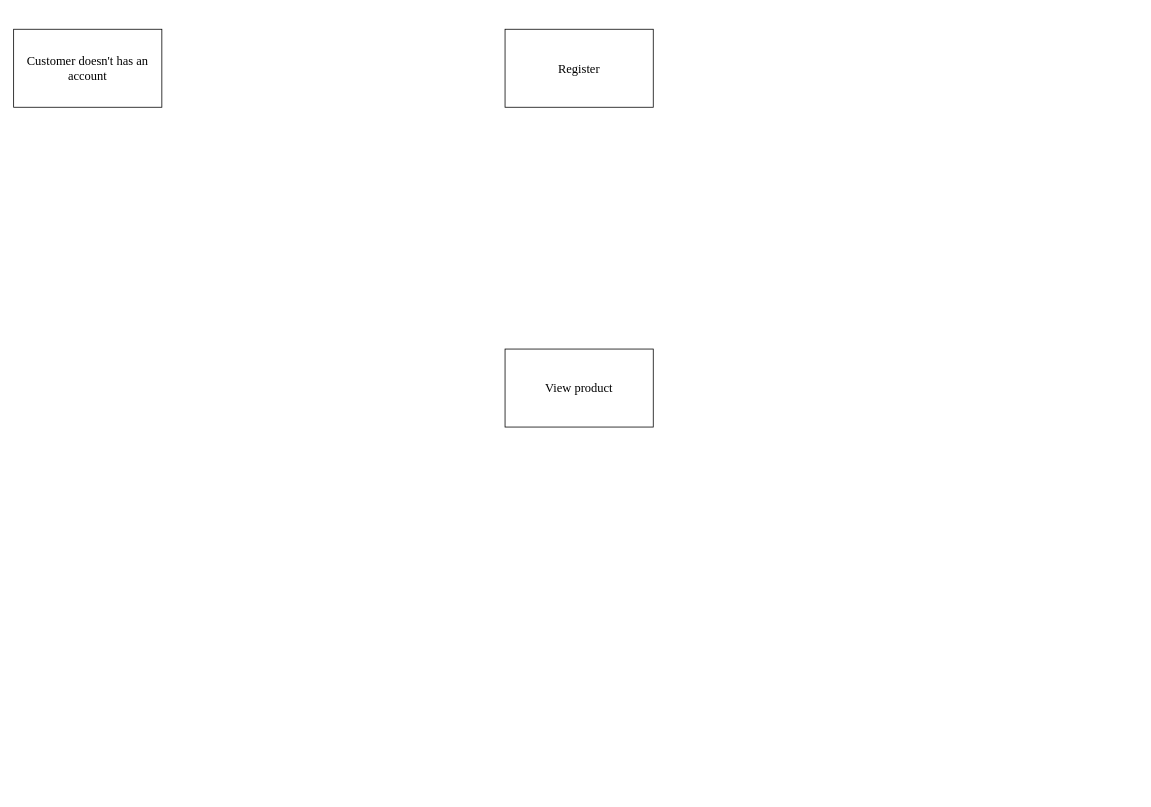
Earlier version of the draw.io diagram DFD level 1.drawio (FlashTM123/assignment). Source tidied: cells renumbered, new cells numbered last; positions are measured from the earlier drawing's top-left corner, leaving out a move shared by most shapes. Both pictures are drawn from the tidied source at 78%, with x=0, y=0 at pixel (13, 29).
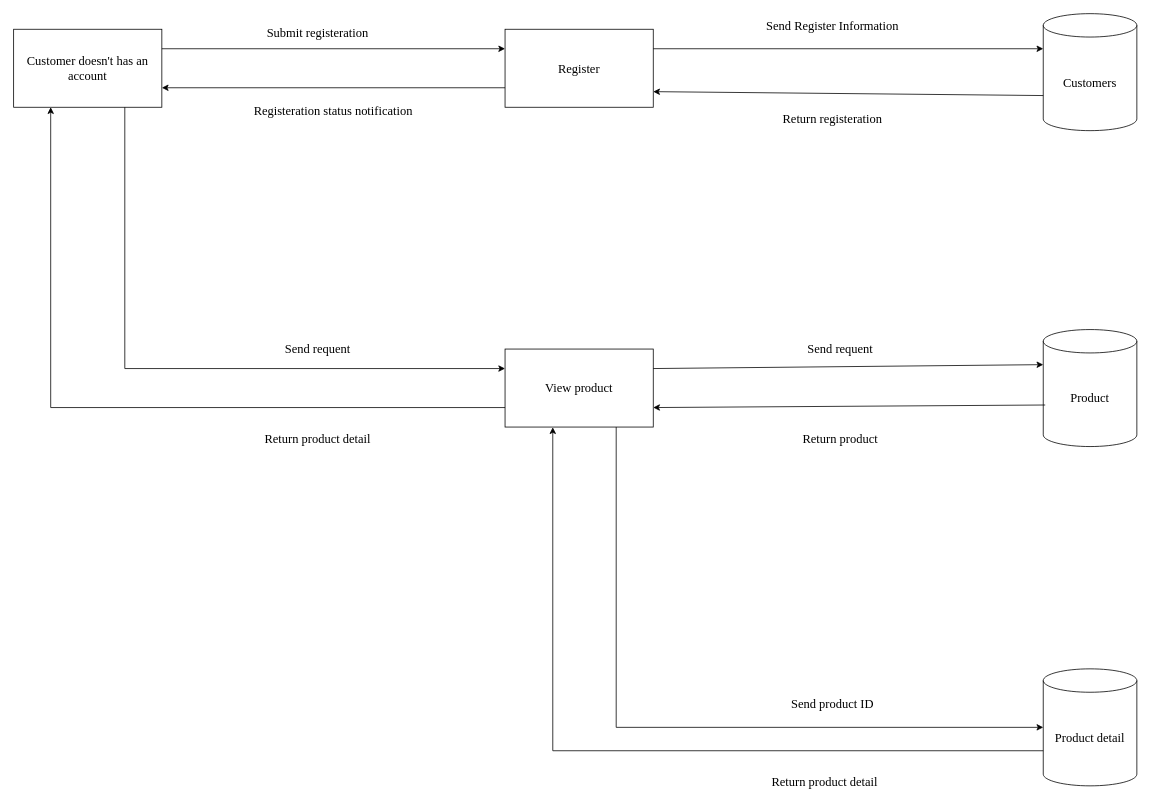
The same page after the edit.

The change refers to these unchanged cells:
```xml
<mxCell id="2" value="Customer doesn't has an account" style="rounded=0;whiteSpace=wrap;html=1;fontFamily=Times New Roman;fontSize=16;" parent="1" vertex="1">
  <mxGeometry width="190" height="100" as="geometry" />
</mxCell>
<mxCell id="3" value="Register" style="rounded=0;whiteSpace=wrap;html=1;fontFamily=Times New Roman;fontSize=16;" parent="1" vertex="1">
  <mxGeometry x="630" width="190" height="100" as="geometry" />
</mxCell>
<mxCell id="4" value="View product" style="rounded=0;whiteSpace=wrap;html=1;fontFamily=Times New Roman;fontSize=16;" parent="1" vertex="1">
  <mxGeometry x="630" y="410" width="190" height="100" as="geometry" />
</mxCell>
```

Change to the diagram source:
```diff
@@
+    <mxCell id="5" value="&lt;font&gt;Customers&lt;/font&gt;" style="shape=cylinder3;whiteSpace=wrap;html=1;boundedLbl=1;backgroundOutline=1;size=15;fontFamily=Times New Roman;fontSize=16;" parent="1" vertex="1">
+      <mxGeometry x="1320" y="-20" width="120" height="150" as="geometry" />
+    </mxCell>
+    <mxCell id="6" value="Product" style="shape=cylinder3;whiteSpace=wrap;html=1;boundedLbl=1;backgroundOutline=1;size=15;fontFamily=Times New Roman;fontSize=16;" parent="1" vertex="1">
+      <mxGeometry x="1320" y="385" width="120" height="150" as="geometry" />
+    </mxCell>
+    <mxCell id="7" value="Product detail" style="shape=cylinder3;whiteSpace=wrap;html=1;boundedLbl=1;backgroundOutline=1;size=15;fontFamily=Times New Roman;fontSize=16;" parent="1" vertex="1">
+      <mxGeometry x="1320" y="820" width="120" height="150" as="geometry" />
+    </mxCell>
+    <mxCell id="8" style="endArrow=classic;html=1;rounded=0;exitX=1;exitY=0.25;exitDx=0;exitDy=0;entryX=0;entryY=0.25;entryDx=0;entryDy=0;" parent="1" edge="1" source="2" target="3">
+      <mxGeometry relative="1" as="geometry" />
+    </mxCell>
+    <mxCell id="9" value="Submit registeration" style="text;html=1;align=center;verticalAlign=middle;whiteSpace=wrap;rounded=0;fontSize=16;fontFamily=Times New Roman;" parent="1" vertex="1">
+      <mxGeometry x="290" y="-10" width="200" height="30" as="geometry" />
+    </mxCell>
+    <mxCell id="10" style="endArrow=classic;html=1;rounded=0;exitX=0;exitY=0.75;exitDx=0;exitDy=0;entryX=1;entryY=0.75;entryDx=0;entryDy=0;" parent="1" edge="1" source="3" target="2">
+      <mxGeometry relative="1" as="geometry" />
+    </mxCell>
+    <mxCell id="11" style="endArrow=classic;html=1;rounded=0;exitX=1;exitY=0.25;exitDx=0;exitDy=0;entryX=0;entryY=0;entryDx=0;entryDy=45;entryPerimeter=0;" parent="1" edge="1" source="3" target="5">
+      <mxGeometry relative="1" as="geometry" />
+    </mxCell>
+    <mxCell id="12" style="endArrow=classic;html=1;rounded=0;exitX=0;exitY=0;exitDx=0;exitDy=105;exitPerimeter=0;" parent="1" edge="1" source="5">
+      <mxGeometry relative="1" as="geometry">
+        <mxPoint x="820" y="80" as="targetPoint" />
+      </mxGeometry>
+    </mxCell>
+    <mxCell id="13" style="endArrow=classic;html=1;rounded=0;exitX=0.75;exitY=1;exitDx=0;exitDy=0;entryX=0;entryY=0.25;entryDx=0;entryDy=0;edgeStyle=orthogonalEdgeStyle;" parent="1" edge="1" source="2" target="4">
+      <mxGeometry relative="1" as="geometry" />
+    </mxCell>
+    <mxCell id="14" style="endArrow=classic;html=1;rounded=0;exitX=0;exitY=0.75;exitDx=0;exitDy=0;entryX=0.25;entryY=1;entryDx=0;entryDy=0;edgeStyle=orthogonalEdgeStyle;" parent="1" edge="1" source="4" target="2">
+      <mxGeometry relative="1" as="geometry" />
+    </mxCell>
+    <mxCell id="15" style="endArrow=classic;html=1;rounded=0;exitX=1;exitY=0.25;exitDx=0;exitDy=0;entryX=0;entryY=0;entryDx=0;entryDy=45;entryPerimeter=0;" parent="1" edge="1" source="4" target="6">
+      <mxGeometry relative="1" as="geometry" />
+    </mxCell>
+    <mxCell id="16" style="endArrow=classic;html=1;rounded=0;exitX=0.021;exitY=0.645;exitDx=0;exitDy=0;exitPerimeter=0;entryX=1;entryY=0.75;entryDx=0;entryDy=0;" parent="1" edge="1" source="6" target="4">
+      <mxGeometry relative="1" as="geometry" />
+    </mxCell>
+    <mxCell id="17" style="endArrow=classic;html=1;rounded=0;exitX=0.75;exitY=1;exitDx=0;exitDy=0;entryX=0;entryY=0.5;entryDx=0;entryDy=0;entryPerimeter=0;edgeStyle=orthogonalEdgeStyle;" parent="1" edge="1" source="4" target="7">
+      <mxGeometry relative="1" as="geometry" />
+    </mxCell>
+    <mxCell id="18" style="endArrow=classic;html=1;rounded=0;exitX=0;exitY=0;exitDx=0;exitDy=105;exitPerimeter=0;entryX=0.322;entryY=1.003;entryDx=0;entryDy=0;edgeStyle=orthogonalEdgeStyle;entryPerimeter=0;" parent="1" edge="1" source="7" target="4">
+      <mxGeometry relative="1" as="geometry" />
+    </mxCell>
+    <mxCell id="19" value="Registeration status notification" style="text;html=1;align=center;verticalAlign=middle;whiteSpace=wrap;rounded=0;fontSize=16;fontFamily=Times New Roman;" parent="1" vertex="1">
+      <mxGeometry x="280" y="90" width="260" height="30" as="geometry" />
+    </mxCell>
+    <mxCell id="20" value="Send Register Information" style="text;html=1;align=center;verticalAlign=middle;whiteSpace=wrap;rounded=0;fontSize=16;fontFamily=Times New Roman;" parent="1" vertex="1">
+      <mxGeometry x="920" y="-20" width="260" height="30" as="geometry" />
+    </mxCell>
+    <mxCell id="21" value="Return registeration" style="text;html=1;align=center;verticalAlign=middle;whiteSpace=wrap;rounded=0;fontSize=16;fontFamily=Times New Roman;" parent="1" vertex="1">
+      <mxGeometry x="920" y="100" width="260" height="30" as="geometry" />
+    </mxCell>
+    <mxCell id="22" value="Send requent" style="text;html=1;align=center;verticalAlign=middle;whiteSpace=wrap;rounded=0;fontSize=16;fontFamily=Times New Roman;" parent="1" vertex="1">
+      <mxGeometry x="290" y="395" width="200" height="30" as="geometry" />
+    </mxCell>
+    <mxCell id="23" value="Send requent" style="text;html=1;align=center;verticalAlign=middle;whiteSpace=wrap;rounded=0;fontSize=16;fontFamily=Times New Roman;" parent="1" vertex="1">
+      <mxGeometry x="960" y="395" width="200" height="30" as="geometry" />
+    </mxCell>
+    <mxCell id="24" value="Return product detail" style="text;html=1;align=center;verticalAlign=middle;whiteSpace=wrap;rounded=0;fontSize=16;fontFamily=Times New Roman;" parent="1" vertex="1">
+      <mxGeometry x="290" y="510" width="200" height="30" as="geometry" />
+    </mxCell>
+    <mxCell id="25" value="Return product detail" style="text;html=1;align=center;verticalAlign=middle;whiteSpace=wrap;rounded=0;fontSize=16;fontFamily=Times New Roman;" parent="1" vertex="1">
+      <mxGeometry x="940" y="950" width="200" height="30" as="geometry" />
+    </mxCell>
+    <mxCell id="26" value="Return product " style="text;html=1;align=center;verticalAlign=middle;whiteSpace=wrap;rounded=0;fontSize=16;fontFamily=Times New Roman;" parent="1" vertex="1">
+      <mxGeometry x="960" y="510" width="200" height="30" as="geometry" />
+    </mxCell>
+    <mxCell id="27" value="Send product ID" style="text;html=1;align=center;verticalAlign=middle;whiteSpace=wrap;rounded=0;fontSize=16;fontFamily=Times New Roman;" parent="1" vertex="1">
+      <mxGeometry x="950" y="850" width="200" height="30" as="geometry" />
+    </mxCell>
```
